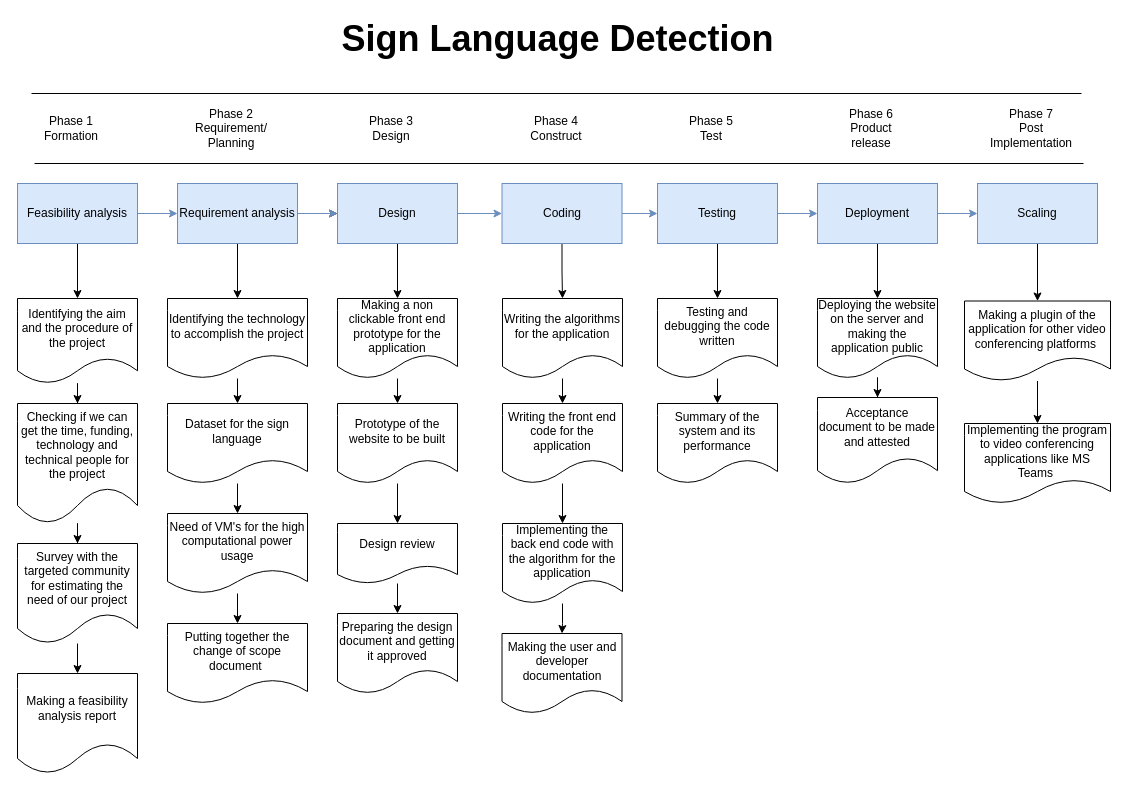
Above: page "SDLC" (1 of 5) of Sign language detection project SDLC.drawio in YatinBajajOP/SEPM (draw.io), before the change. Source tidied: cells renumbered, new cells numbered last; positions are measured from the earlier drawing's top-left corner, leaving out a move shared by most shapes. Both pictures are drawn from the tidied source at 100%, with x=0, y=0 at pixel (17, 23).
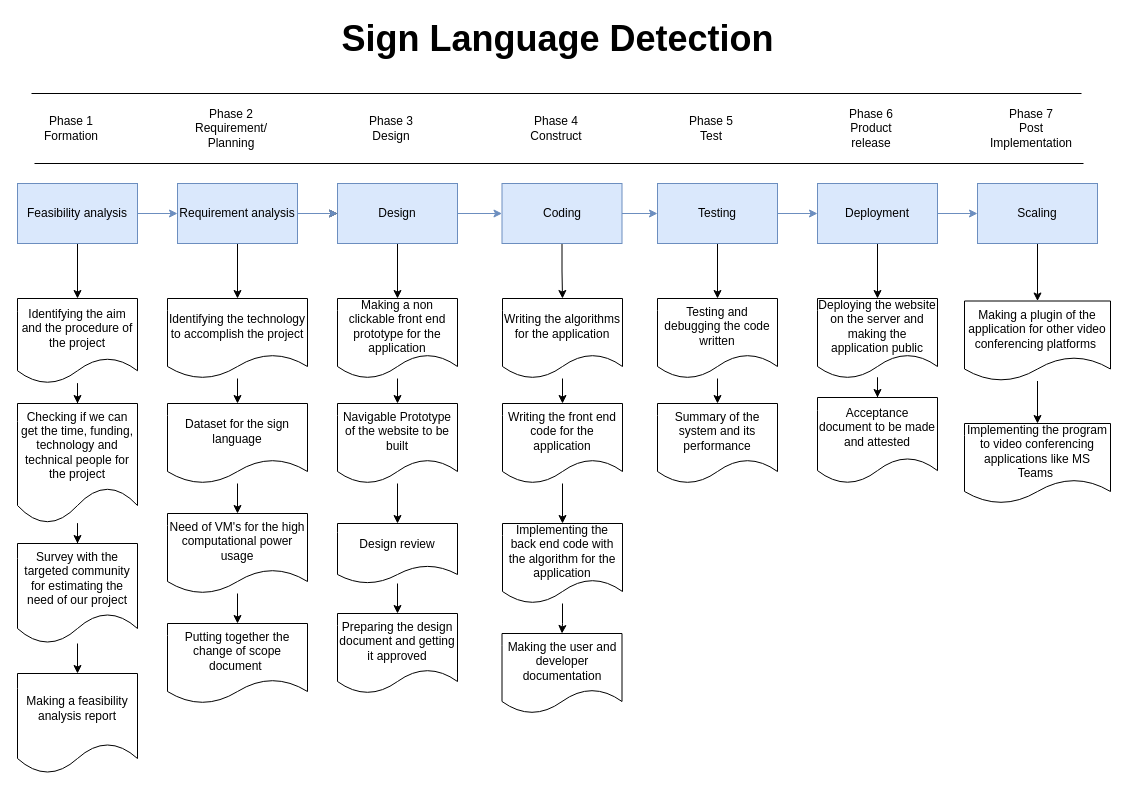
Above is the later version.

The edit, as a diff of the source:
```diff
@@
-    <mxCell id="23" value="Prototype of the website to be built" style="shape=document;whiteSpace=wrap;html=1;boundedLbl=1;rounded=0;" parent="1" vertex="1">
+    <mxCell id="23" value="Navigable Prototype of the website to be built" style="shape=document;whiteSpace=wrap;html=1;boundedLbl=1;rounded=0;" parent="1" vertex="1">
       <mxGeometry x="320" y="380" width="120" height="80" as="geometry" />
     </mxCell>
```
